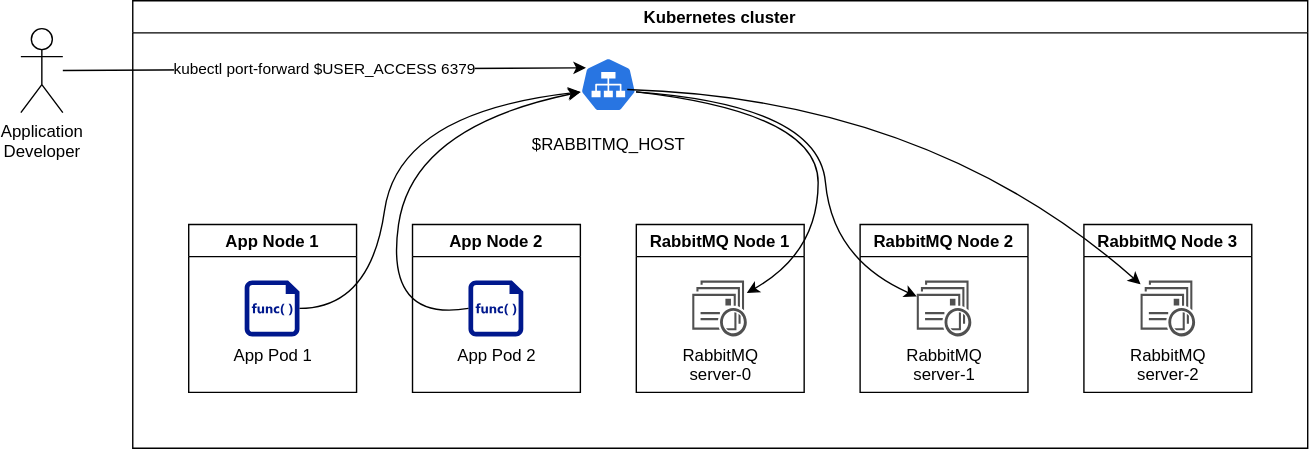
elastisys/compliantkubernetes keeps this draw.io diagram as docs/compliantkubernetes/user-guide/additional-services/img/rabbitmq.drawio.svg. Above is the earlier version. Source tidied: cells renumbered, new cells last; positions are measured from the earlier drawing's top-left corner, leaving out a move shared by most shapes. Its diagram source:
```xml
<mxGraphModel>
  <root>
    <mxCell id="0" />
    <mxCell id="1" parent="0" />
    <mxCell id="2" value="Kubernetes cluster" style="swimlane;" parent="1" vertex="1">
      <mxGeometry x="80" width="840" height="320" as="geometry" />
    </mxCell>
    <mxCell id="3" value="App Node 1" style="swimlane;" parent="2" vertex="1">
      <mxGeometry x="40" y="160" width="120" height="120" as="geometry" />
    </mxCell>
    <mxCell id="4" value="App Pod 1" style="sketch=0;shadow=0;dashed=0;html=1;strokeColor=none;labelPosition=center;verticalLabelPosition=bottom;verticalAlign=top;align=center;fillColor=#00188D;shape=mxgraph.mscae.enterprise.code_file;" parent="3" vertex="1">
      <mxGeometry x="40" y="40" width="39.2" height="40" as="geometry" />
    </mxCell>
    <mxCell id="5" value="App Node 2" style="swimlane;" parent="2" vertex="1">
      <mxGeometry x="200" y="160" width="120" height="120" as="geometry" />
    </mxCell>
    <mxCell id="6" value="App Pod 2" style="sketch=0;shadow=0;dashed=0;html=1;strokeColor=none;labelPosition=center;verticalLabelPosition=bottom;verticalAlign=top;align=center;fillColor=#00188D;shape=mxgraph.mscae.enterprise.code_file;" parent="5" vertex="1">
      <mxGeometry x="40" y="40" width="39.2" height="40" as="geometry" />
    </mxCell>
    <mxCell id="7" value="RabbitMQ Node 1" style="swimlane;" parent="2" vertex="1">
      <mxGeometry x="360" y="160" width="120" height="120" as="geometry" />
    </mxCell>
    <mxCell id="8" value="RabbitMQ&lt;br&gt;server-0" style="sketch=0;shadow=0;dashed=0;html=1;strokeColor=none;fillColor=#505050;labelPosition=center;verticalLabelPosition=bottom;verticalAlign=top;outlineConnect=0;align=center;shape=mxgraph.office.communications.queue_viewer;" parent="7" vertex="1">
      <mxGeometry x="40" y="40" width="39" height="40" as="geometry" />
    </mxCell>
    <mxCell id="9" value="RabbitMQ Node 2" style="swimlane;" parent="2" vertex="1">
      <mxGeometry x="520" y="160" width="120" height="120" as="geometry" />
    </mxCell>
    <mxCell id="10" value="RabbitMQ&lt;br&gt;server-1" style="sketch=0;shadow=0;dashed=0;html=1;strokeColor=none;fillColor=#505050;labelPosition=center;verticalLabelPosition=bottom;verticalAlign=top;outlineConnect=0;align=center;shape=mxgraph.office.communications.queue_viewer;" parent="9" vertex="1">
      <mxGeometry x="40.5" y="40" width="39" height="40" as="geometry" />
    </mxCell>
    <mxCell id="11" value="$RABBITMQ_HOST" style="sketch=0;html=1;dashed=0;whitespace=wrap;fillColor=#2875E2;strokeColor=#ffffff;points=[[0.005,0.63,0],[0.1,0.2,0],[0.9,0.2,0],[0.5,0,0],[0.995,0.63,0],[0.72,0.99,0],[0.5,1,0],[0.28,0.99,0]];shape=mxgraph.kubernetes.icon;prIcon=svc;verticalAlign=bottom;spacingBottom=-32;" parent="2" vertex="1">
      <mxGeometry x="320" y="40" width="40" height="40" as="geometry" />
    </mxCell>
    <mxCell id="12" style="curved=1;endArrow=classic;html=1;rounded=0;entryX=0.005;entryY=0.63;entryDx=0;entryDy=0;entryPerimeter=0;exitX=1;exitY=0.5;exitDx=0;exitDy=0;exitPerimeter=0;" parent="2" edge="1" source="4" target="11">
      <mxGeometry relative="1" as="geometry">
        <Array as="points">
          <mxPoint x="170" y="220" />
          <mxPoint x="190" y="80" />
        </Array>
      </mxGeometry>
    </mxCell>
    <mxCell id="13" style="curved=1;endArrow=classic;html=1;rounded=0;entryX=0.005;entryY=0.63;entryDx=0;entryDy=0;entryPerimeter=0;exitX=0;exitY=0.5;exitDx=0;exitDy=0;exitPerimeter=0;" parent="2" edge="1" source="6" target="11">
      <mxGeometry relative="1" as="geometry">
        <Array as="points">
          <mxPoint x="180" y="230" />
          <mxPoint x="200" y="90" />
        </Array>
      </mxGeometry>
    </mxCell>
    <mxCell id="14" style="curved=1;endArrow=classic;html=1;rounded=0;exitX=0.995;exitY=0.63;exitDx=0;exitDy=0;exitPerimeter=0;" parent="2" edge="1" source="11" target="8">
      <mxGeometry relative="1" as="geometry">
        <Array as="points">
          <mxPoint x="490" y="80" />
          <mxPoint x="490" y="180" />
        </Array>
      </mxGeometry>
    </mxCell>
    <mxCell id="15" style="curved=1;endArrow=classic;html=1;rounded=0;exitX=0.995;exitY=0.63;exitDx=0;exitDy=0;exitPerimeter=0;" parent="2" edge="1" source="11" target="10">
      <mxGeometry relative="1" as="geometry">
        <Array as="points">
          <mxPoint x="490.2" y="74.8" />
          <mxPoint x="500.2" y="184.8" />
        </Array>
      </mxGeometry>
    </mxCell>
    <mxCell id="16" value="RabbitMQ Node 3" style="swimlane;" parent="2" vertex="1">
      <mxGeometry x="680" y="160" width="120" height="120" as="geometry" />
    </mxCell>
    <mxCell id="17" value="RabbitMQ&lt;br&gt;server-2" style="sketch=0;shadow=0;dashed=0;html=1;strokeColor=none;fillColor=#505050;labelPosition=center;verticalLabelPosition=bottom;verticalAlign=top;outlineConnect=0;align=center;shape=mxgraph.office.communications.queue_viewer;" parent="16" vertex="1">
      <mxGeometry x="40.5" y="40" width="39" height="40" as="geometry" />
    </mxCell>
    <mxCell id="18" style="curved=1;endArrow=classic;html=1;rounded=0;exitX=0.838;exitY=0.588;exitDx=0;exitDy=0;exitPerimeter=0;" parent="2" edge="1" source="11" target="17">
      <mxGeometry relative="1" as="geometry">
        <Array as="points">
          <mxPoint x="570" y="70" />
        </Array>
      </mxGeometry>
    </mxCell>
    <mxCell id="19" value="Application&lt;br&gt;Developer" style="shape=umlActor;verticalLabelPosition=bottom;verticalAlign=top;html=1;outlineConnect=0;" parent="1" vertex="1">
      <mxGeometry y="20" width="30" height="60" as="geometry" />
    </mxCell>
    <mxCell id="20" value="kubectl port-forward $USER_ACCESS 6379" style="endArrow=classic;html=1;rounded=0;entryX=0.1;entryY=0.2;entryDx=0;entryDy=0;entryPerimeter=0;" parent="1" edge="1" source="19" target="11">
      <mxGeometry relative="1" as="geometry" />
    </mxCell>
  </root>
</mxGraphModel>
```
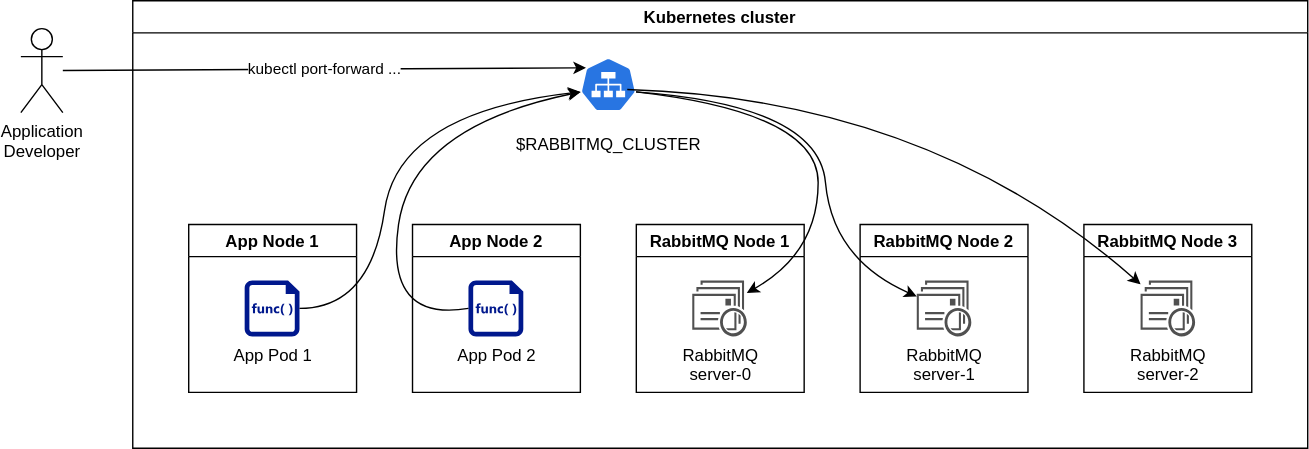
After the change.

Commit message:
Finalized RabbitMQ user-facing docs

What changed in the source:
```diff
@@ -29,7 +29,7 @@
     <mxCell id="10" value="RabbitMQ&lt;br&gt;server-1" style="sketch=0;shadow=0;dashed=0;html=1;strokeColor=none;fillColor=#505050;labelPosition=center;verticalLabelPosition=bottom;verticalAlign=top;outlineConnect=0;align=center;shape=mxgraph.office.communications.queue_viewer;" parent="9" vertex="1">
       <mxGeometry x="40.5" y="40" width="39" height="40" as="geometry" />
     </mxCell>
-    <mxCell id="11" value="$RABBITMQ_HOST" style="sketch=0;html=1;dashed=0;whitespace=wrap;fillColor=#2875E2;strokeColor=#ffffff;points=[[0.005,0.63,0],[0.1,0.2,0],[0.9,0.2,0],[0.5,0,0],[0.995,0.63,0],[0.72,0.99,0],[0.5,1,0],[0.28,0.99,0]];shape=mxgraph.kubernetes.icon;prIcon=svc;verticalAlign=bottom;spacingBottom=-32;" parent="2" vertex="1">
+    <mxCell id="11" value="$RABBITMQ_CLUSTER" style="sketch=0;html=1;dashed=0;whitespace=wrap;fillColor=#2875E2;strokeColor=#ffffff;points=[[0.005,0.63,0],[0.1,0.2,0],[0.9,0.2,0],[0.5,0,0],[0.995,0.63,0],[0.72,0.99,0],[0.5,1,0],[0.28,0.99,0]];shape=mxgraph.kubernetes.icon;prIcon=svc;verticalAlign=bottom;spacingBottom=-32;" parent="2" vertex="1">
       <mxGeometry x="320" y="40" width="40" height="40" as="geometry" />
     </mxCell>
     <mxCell id="12" style="curved=1;endArrow=classic;html=1;rounded=0;entryX=0.005;entryY=0.63;entryDx=0;entryDy=0;entryPerimeter=0;exitX=1;exitY=0.5;exitDx=0;exitDy=0;exitPerimeter=0;" parent="2" edge="1" source="4" target="11">
@@ -80,7 +80,7 @@
     <mxCell id="19" value="Application&lt;br&gt;Developer" style="shape=umlActor;verticalLabelPosition=bottom;verticalAlign=top;html=1;outlineConnect=0;" parent="1" vertex="1">
       <mxGeometry y="20" width="30" height="60" as="geometry" />
     </mxCell>
-    <mxCell id="20" value="kubectl port-forward $USER_ACCESS 6379" style="endArrow=classic;html=1;rounded=0;entryX=0.1;entryY=0.2;entryDx=0;entryDy=0;entryPerimeter=0;" parent="1" edge="1" source="19" target="11">
+    <mxCell id="20" value="kubectl port-forward ..." style="endArrow=classic;html=1;rounded=0;entryX=0.1;entryY=0.2;entryDx=0;entryDy=0;entryPerimeter=0;" parent="1" edge="1" source="19" target="11">
       <mxGeometry relative="1" as="geometry" />
     </mxCell>
   </root>
```
